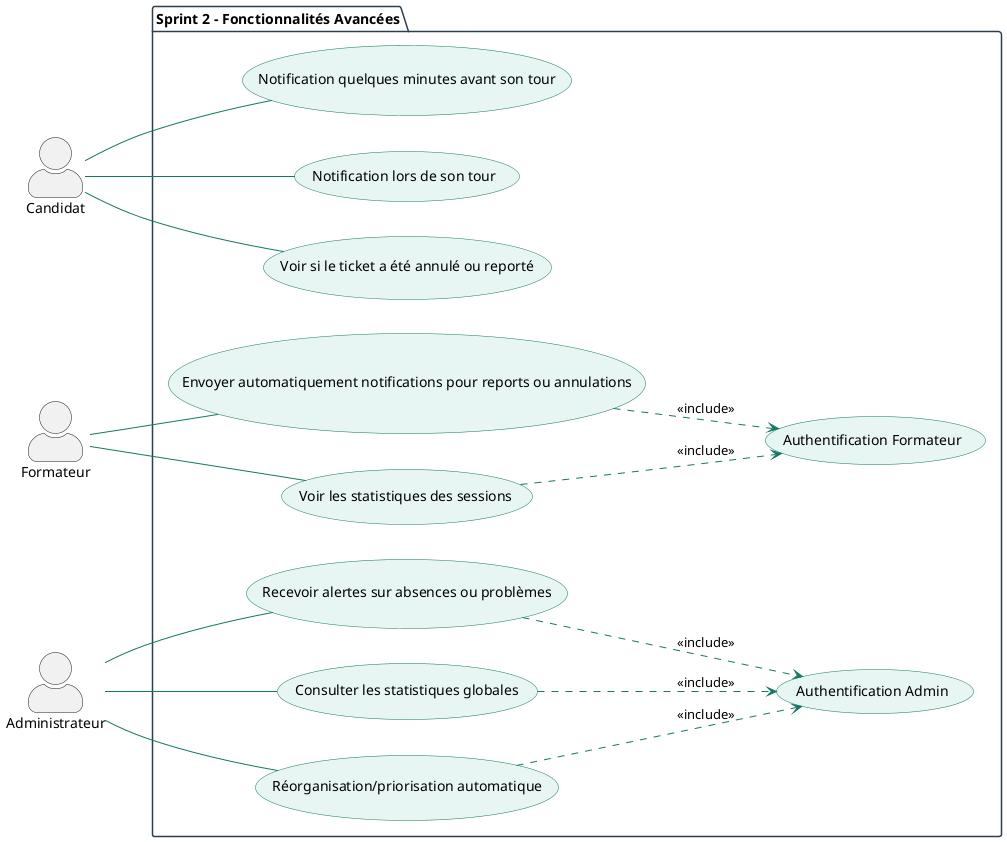
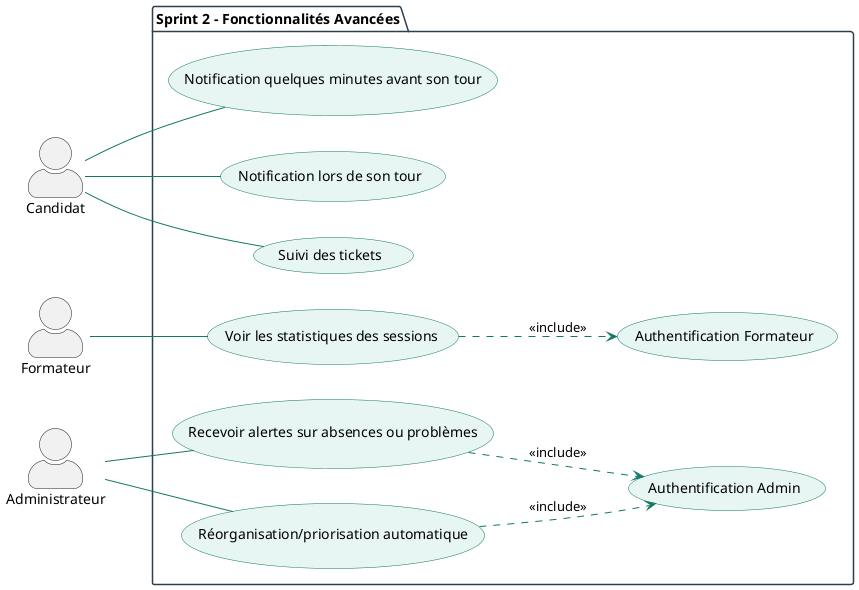
@startuml QueueManagement_Sprint2
skinparam actorStyle awesome
left to right direction

skinparam package {
    BackgroundColor White
    BorderColor #2C3E50
}

skinparam usecase {
    BackgroundColor #E8F6F3
    BorderColor #117864
    ArrowColor #117864
}

actor "Candidat" as C
actor "Formateur" as F
actor "Administrateur" as Admin

package "Sprint 2 – Fonctionnalités Avancées" {

    usecase "Notification quelques minutes avant son tour" as UC1
    usecase "Notification lors de son tour" as UC2
-     usecase "Voir si le ticket a été annulé ou reporté" as UC3
+     usecase "Suivi des tickets" as UC3

    C -- UC1
    C -- UC2
    C -- UC3


    usecase "Authentification Formateur" as UC4
-     usecase "Envoyer automatiquement notifications pour reports ou annulations" as UC6
    usecase "Voir les statistiques des sessions" as UC7


-     F -- UC6
    F -- UC7

-     UC6 ..> UC4 : <<include>>
    UC7 ..> UC4 : <<include>>


    ' ========================
    ' Espace Administrateur
    ' ========================
    usecase "Authentification Admin" as UC8
    usecase "Recevoir alertes sur absences ou problèmes" as UC9
-     usecase "Consulter les statistiques globales" as UC10
    usecase "Réorganisation/priorisation automatique" as UC11

    Admin -- UC9
-     Admin -- UC10
    Admin -- UC11
    UC9 ..> UC8 : <<include>>
-     UC10 ..> UC8 : <<include>>
    UC11 ..> UC8 : <<include>>
}

@enduml